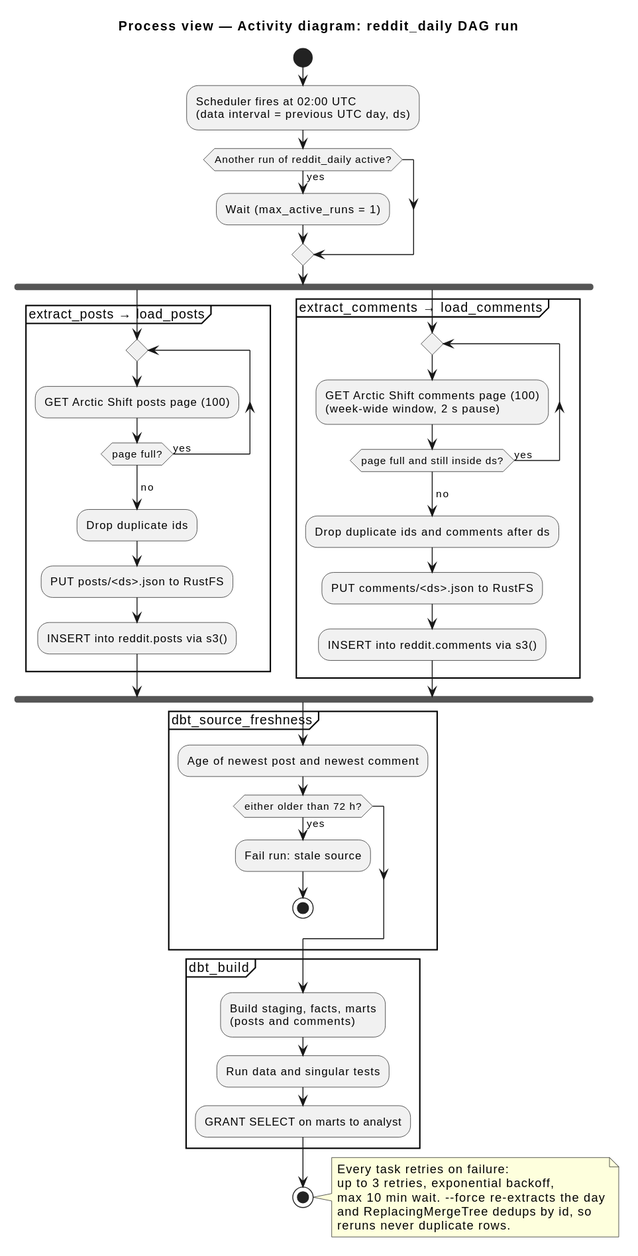
The PlantUML diagram docs/architecture/diagrams/activity-dag.svg in modsomjeed/reddit-dataeng, before a commit.
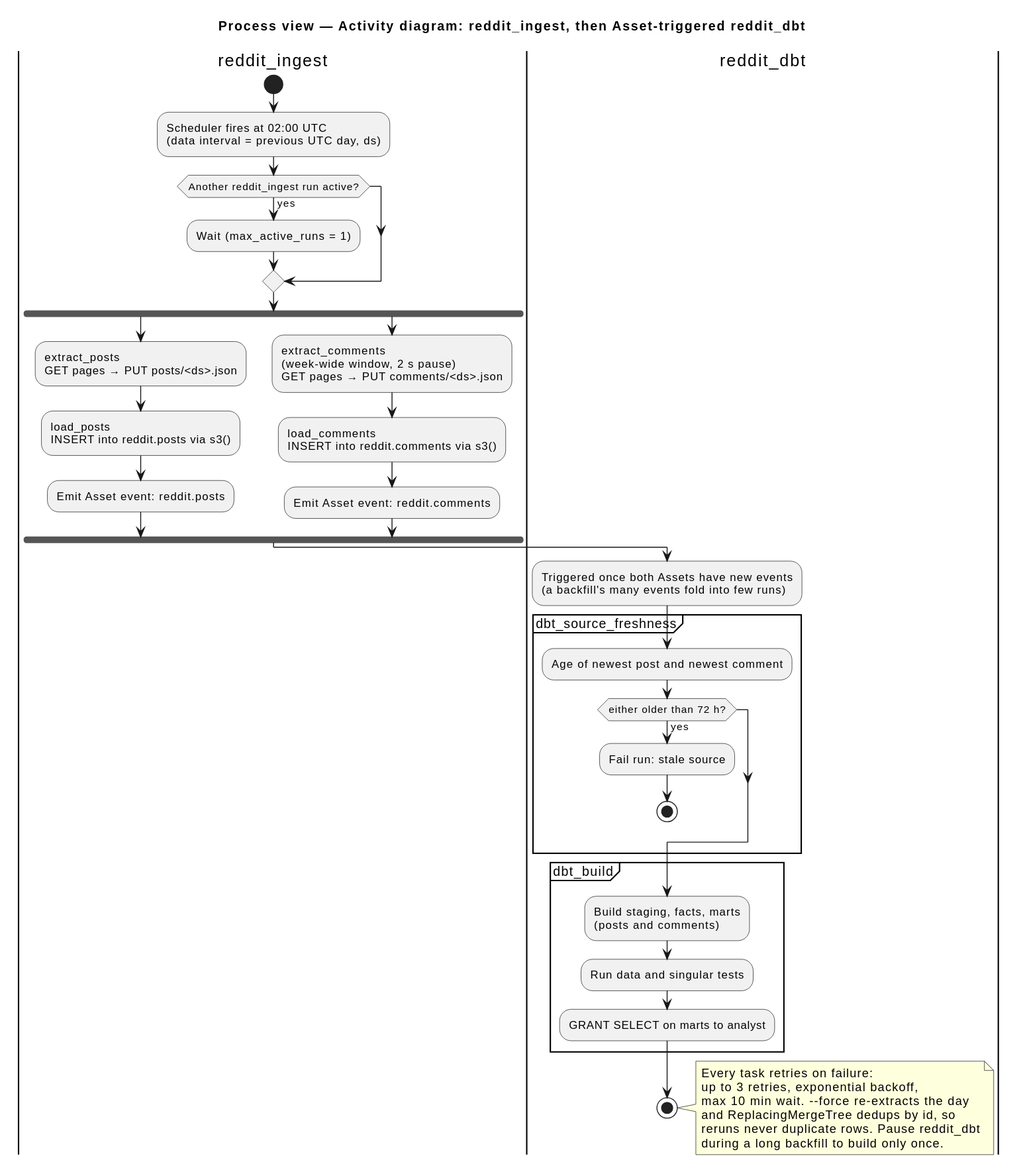
The same file after the commit.

Commit message:
docs(architecture): show ingestion and dbt as asset-linked dags

Diff of the diagram source:
```diff
@@ -1,33 +1,24 @@
 @startuml
-title Process view — Activity diagram: reddit_daily DAG run
+title Process view — Activity diagram: reddit_ingest, then Asset-triggered reddit_dbt
 skinparam shadowing false
 
+|reddit_ingest|
 start
 :Scheduler fires at 02:00 UTC\n(data interval = previous UTC day, ds);
-if (Another run of reddit_daily active?) then (yes)
+if (Another reddit_ingest run active?) then (yes)
   :Wait (max_active_runs = 1);
 endif
 fork
-  partition "extract_posts → load_posts" {
-    repeat
-      :GET Arctic Shift posts page (100);
-    repeat while (page full?) is (yes)
-    ->no;
-    :Drop duplicate ids;
-    :PUT posts/<ds>.json to RustFS;
-    :INSERT into reddit.posts via s3();
-  }
+  :extract_posts\nGET pages → PUT posts/<ds>.json;
+  :load_posts\nINSERT into reddit.posts via s3();
+  :Emit Asset event: reddit.posts;
 fork again
-  partition "extract_comments → load_comments" {
-    repeat
-      :GET Arctic Shift comments page (100)\n(week-wide window, 2 s pause);
-    repeat while (page full and still inside ds?) is (yes)
-    ->no;
-    :Drop duplicate ids and comments after ds;
-    :PUT comments/<ds>.json to RustFS;
-    :INSERT into reddit.comments via s3();
-  }
+  :extract_comments\n(week-wide window, 2 s pause)\nGET pages → PUT comments/<ds>.json;
+  :load_comments\nINSERT into reddit.comments via s3();
+  :Emit Asset event: reddit.comments;
 end fork
+|reddit_dbt|
+:Triggered once both Assets have new events\n(a backfill's many events fold into few runs);
 partition "dbt_source_freshness" {
   :Age of newest post and newest comment;
   if (either older than 72 h?) then (yes)
@@ -46,6 +37,7 @@
   up to 3 retries, exponential backoff,
   max 10 min wait. --force re-extracts the day
   and ReplacingMergeTree dedups by id, so
-  reruns never duplicate rows.
+  reruns never duplicate rows. Pause reddit_dbt
+  during a long backfill to build only once.
 end note
 @enduml
```
